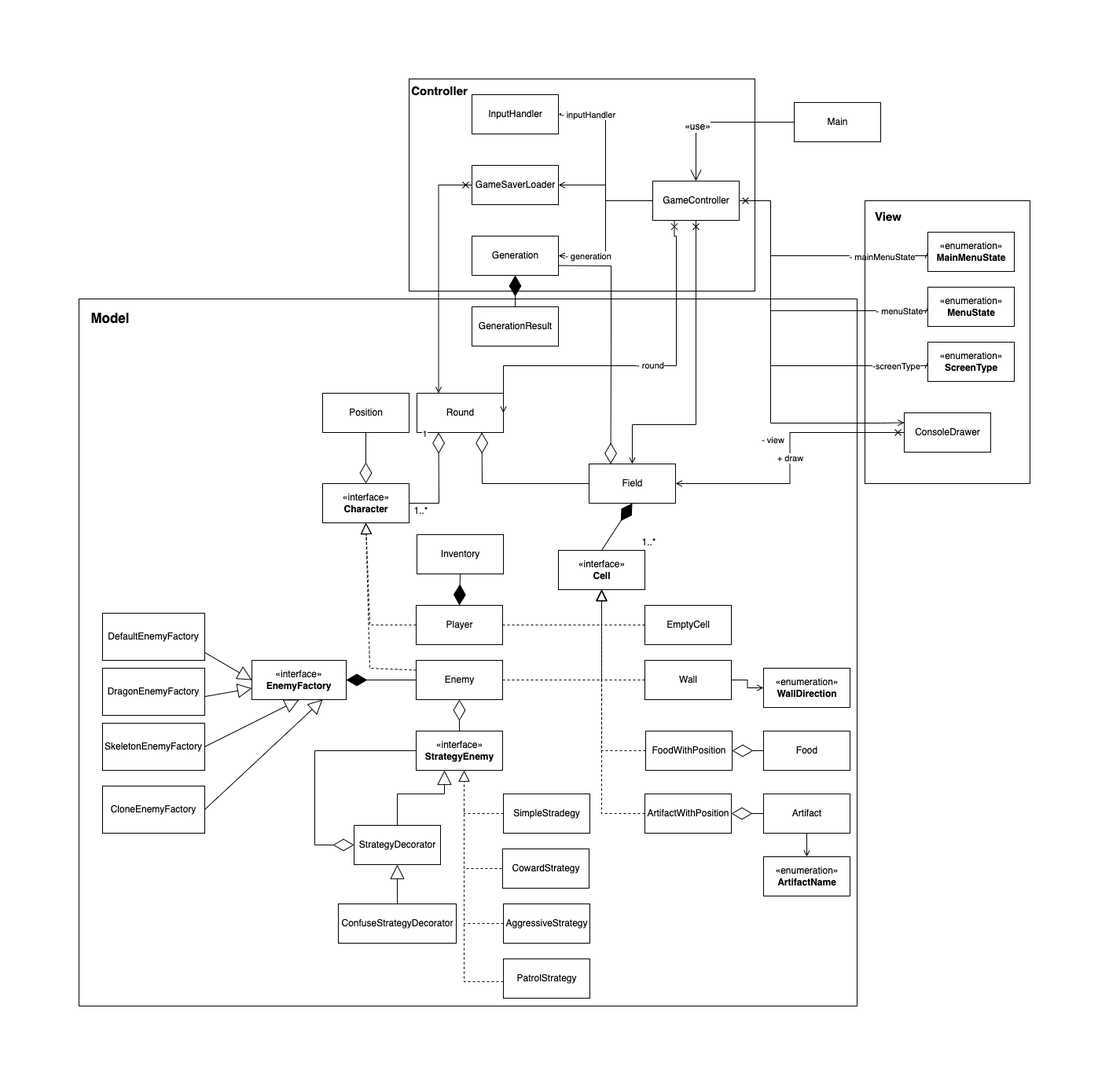
Earlier version of the draw.io export img/Logic.png (MariaChizhova/HSE-SD-Roguelike). Source tidied: cells renumbered, new cells last; positions are measured from the earlier drawing's top-left corner, leaving out a move shared by most shapes.
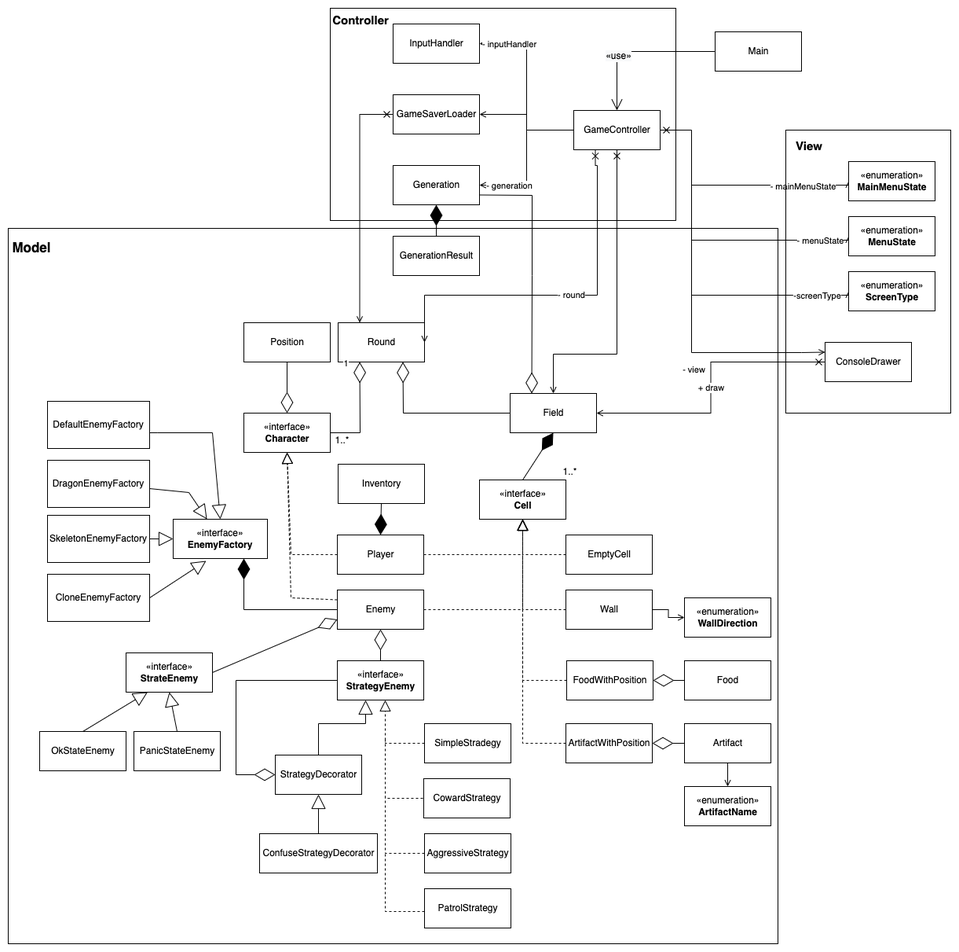
The same file after the commit.

The edit, as a diff of the source:
```diff
@@ -332,35 +332,41 @@
       </mxGeometry>
     </mxCell>
     <mxCell id="74" value="&lt;span style=&quot;color: rgb(0, 0, 0); font-family: helvetica; font-size: 12px; font-style: normal; font-weight: 400; letter-spacing: normal; text-align: center; text-indent: 0px; text-transform: none; word-spacing: 0px; display: inline; float: none;&quot;&gt;«interface»&lt;/span&gt;&lt;br style=&quot;color: rgb(0, 0, 0); font-family: helvetica; font-size: 12px; font-style: normal; font-weight: 400; letter-spacing: normal; text-align: center; text-indent: 0px; text-transform: none; word-spacing: 0px;&quot;&gt;&lt;font face=&quot;helvetica&quot;&gt;&lt;b&gt;EnemyFactory&lt;/b&gt;&lt;/font&gt;" style="rounded=0;whiteSpace=wrap;html=1;" parent="1" vertex="1">
-      <mxGeometry x="220" y="740" width="120" height="50" as="geometry" />
+      <mxGeometry x="220" y="650" width="120" height="50" as="geometry" />
     </mxCell>
     <mxCell id="75" value="DefaultEnemyFactory" style="rounded=0;whiteSpace=wrap;html=1;" parent="1" vertex="1">
-      <mxGeometry x="30" y="680" width="130" height="60" as="geometry" />
+      <mxGeometry x="60" y="500" width="130" height="60" as="geometry" />
     </mxCell>
     <mxCell id="76" value="DragonEnemyFactory" style="rounded=0;whiteSpace=wrap;html=1;" parent="1" vertex="1">
-      <mxGeometry x="30" y="750" width="130" height="60" as="geometry" />
+      <mxGeometry x="60" y="575" width="130" height="60" as="geometry" />
     </mxCell>
     <mxCell id="77" value="SkeletonEnemyFactory" style="rounded=0;whiteSpace=wrap;html=1;" parent="1" vertex="1">
-      <mxGeometry x="30" y="820" width="130" height="60" as="geometry" />
+      <mxGeometry x="60" y="645" width="130" height="60" as="geometry" />
     </mxCell>
     <mxCell id="78" value="CloneEnemyFactory" style="rounded=0;whiteSpace=wrap;html=1;" parent="1" vertex="1">
-      <mxGeometry x="30" y="900" width="130" height="60" as="geometry" />
+      <mxGeometry x="60" y="720" width="130" height="60" as="geometry" />
     </mxCell>
-    <mxCell id="79" style="endArrow=block;endSize=16;endFill=0;html=1;rounded=0;fontFamily=Helvetica;entryX=0;entryY=0.5;entryDx=0;entryDy=0;" parent="1" edge="1" target="74">
+    <mxCell id="79" style="endArrow=block;endSize=16;endFill=0;html=1;rounded=0;fontFamily=Helvetica;entryX=0.5;entryY=0;entryDx=0;entryDy=0;" parent="1" edge="1" target="74">
       <mxGeometry relative="1" as="geometry">
-        <mxPoint x="160" y="730" as="sourcePoint" />
+        <mxPoint x="200" y="540" as="sourcePoint" />
         <Array as="points">
-          <mxPoint x="160" y="730" />
+          <mxPoint x="190" y="540" />
+          <mxPoint x="200" y="540" />
+          <mxPoint x="270" y="540" />
         </Array>
       </mxGeometry>
     </mxCell>
     <mxCell id="80" style="endArrow=block;endSize=16;endFill=0;html=1;rounded=0;fontFamily=Helvetica;exitX=1.003;exitY=0.601;exitDx=0;exitDy=0;exitPerimeter=0;" parent="1" edge="1" source="76" target="74">
-      <mxGeometry relative="1" as="geometry" />
+      <mxGeometry relative="1" as="geometry">
+        <Array as="points">
+          <mxPoint x="240" y="616" />
+        </Array>
+      </mxGeometry>
     </mxCell>
-    <mxCell id="81" style="endArrow=block;endSize=16;endFill=0;html=1;rounded=0;fontFamily=Helvetica;entryX=0.5;entryY=1;entryDx=0;entryDy=0;exitX=1;exitY=0.5;exitDx=0;exitDy=0;" parent="1" edge="1" source="77" target="74">
+    <mxCell id="81" style="endArrow=block;endSize=16;endFill=0;html=1;rounded=0;fontFamily=Helvetica;entryX=0;entryY=0.5;entryDx=0;entryDy=0;exitX=1;exitY=0.5;exitDx=0;exitDy=0;" parent="1" edge="1" source="77" target="74">
       <mxGeometry relative="1" as="geometry" />
     </mxCell>
-    <mxCell id="82" style="endArrow=block;endSize=16;endFill=0;html=1;rounded=0;fontFamily=Helvetica;entryX=0.75;entryY=1;entryDx=0;entryDy=0;exitX=1;exitY=0.5;exitDx=0;exitDy=0;" parent="1" edge="1" source="78" target="74">
+    <mxCell id="82" style="endArrow=block;endSize=16;endFill=0;html=1;rounded=0;fontFamily=Helvetica;entryX=0.35;entryY=1.06;entryDx=0;entryDy=0;exitX=1;exitY=0.5;exitDx=0;exitDy=0;entryPerimeter=0;" parent="1" edge="1" source="78" target="74">
       <mxGeometry relative="1" as="geometry" />
     </mxCell>
     <mxCell id="83" value="&lt;pre style=&quot;color: rgb(8, 8, 8);&quot;&gt;&lt;span style=&quot;color: rgb(0, 0, 0);&quot;&gt;&lt;font style=&quot;&quot; face=&quot;Helvetica&quot;&gt;PatrolStrategy&lt;/font&gt;&lt;/span&gt;&lt;/pre&gt;" style="html=1;" parent="1" vertex="1">
@@ -405,8 +411,12 @@
     <mxCell id="91" style="endArrow=diamondThin;endFill=0;endSize=24;html=1;rounded=0;entryX=0.5;entryY=1;entryDx=0;entryDy=0;exitX=0.5;exitY=0;exitDx=0;exitDy=0;" parent="1" edge="1" source="14" target="9">
       <mxGeometry relative="1" as="geometry" />
     </mxCell>
-    <mxCell id="92" style="endArrow=diamondThin;endFill=1;endSize=24;html=1;rounded=0;entryX=1;entryY=0.5;entryDx=0;entryDy=0;exitX=0;exitY=0.5;exitDx=0;exitDy=0;" parent="1" edge="1" source="9" target="74">
-      <mxGeometry relative="1" as="geometry" />
+    <mxCell id="92" style="endArrow=diamondThin;endFill=1;endSize=24;html=1;rounded=0;entryX=0.75;entryY=1;entryDx=0;entryDy=0;exitX=0;exitY=0.5;exitDx=0;exitDy=0;" parent="1" edge="1" source="9" target="74">
+      <mxGeometry relative="1" as="geometry">
+        <Array as="points">
+          <mxPoint x="310" y="765" />
+        </Array>
+      </mxGeometry>
     </mxCell>
     <mxCell id="93" style="endArrow=diamondThin;endFill=0;endSize=24;html=1;rounded=0;entryX=1;entryY=0.5;entryDx=0;entryDy=0;exitX=0;exitY=0.5;exitDx=0;exitDy=0;" parent="1" edge="1" source="35" target="37">
       <mxGeometry relative="1" as="geometry" />
@@ -420,9 +430,6 @@
     <mxCell id="96" style="rounded=0;whiteSpace=wrap;html=1;labelBackgroundColor=none;fillColor=none;" parent="1" vertex="1">
       <mxGeometry x="1000" y="155" width="210" height="360" as="geometry" />
     </mxCell>
-    <mxCell id="97" style="rounded=0;whiteSpace=wrap;html=1;labelBackgroundColor=none;fillColor=none;" parent="1" vertex="1">
-      <mxGeometry y="280" width="990" height="900" as="geometry" />
-    </mxCell>
     <mxCell id="98" value="&lt;b&gt;&lt;font style=&quot;font-size: 15px;&quot;&gt;Controller&lt;/font&gt;&lt;/b&gt;" style="text;html=1;strokeColor=none;fillColor=none;align=center;verticalAlign=middle;whiteSpace=wrap;rounded=0;labelBackgroundColor=none;" parent="1" vertex="1">
       <mxGeometry x="429" width="60" height="30" as="geometry" />
     </mxCell>
@@ -432,5 +439,26 @@
     <mxCell id="100" value="&lt;b&gt;View&lt;/b&gt;" style="text;html=1;strokeColor=none;fillColor=none;align=center;verticalAlign=middle;whiteSpace=wrap;rounded=0;labelBackgroundColor=none;fontSize=15;" parent="1" vertex="1">
       <mxGeometry x="1000" y="160" width="60" height="30" as="geometry" />
     </mxCell>
+    <mxCell id="101" value="«interface»&lt;br&gt;&lt;b&gt;StrateEnemy&lt;/b&gt;" style="html=1;" parent="1" vertex="1">
+      <mxGeometry x="160" y="820" width="110" height="50" as="geometry" />
+    </mxCell>
+    <mxCell id="102" value="PanicStateEnemy" style="html=1;" parent="1" vertex="1">
+      <mxGeometry x="170" y="920" width="110" height="50" as="geometry" />
+    </mxCell>
+    <mxCell id="103" style="endArrow=block;endSize=16;endFill=0;html=1;rounded=0;fontFamily=Helvetica;entryX=0.5;entryY=1;entryDx=0;entryDy=0;exitX=0.5;exitY=0;exitDx=0;exitDy=0;" parent="1" edge="1" source="102" target="101">
+      <mxGeometry relative="1" as="geometry" />
+    </mxCell>
+    <mxCell id="104" value="OkStateEnemy" style="html=1;" parent="1" vertex="1">
+      <mxGeometry x="50" y="920" width="110" height="50" as="geometry" />
+    </mxCell>
+    <mxCell id="105" style="endArrow=block;endSize=16;endFill=0;html=1;rounded=0;fontFamily=Helvetica;entryX=0.25;entryY=1;entryDx=0;entryDy=0;exitX=0.5;exitY=0;exitDx=0;exitDy=0;" parent="1" edge="1" source="104" target="101">
+      <mxGeometry relative="1" as="geometry" />
+    </mxCell>
+    <mxCell id="106" style="endArrow=diamondThin;endFill=0;endSize=24;html=1;rounded=0;entryX=0;entryY=0.75;entryDx=0;entryDy=0;exitX=1;exitY=0.5;exitDx=0;exitDy=0;" parent="1" edge="1" source="101" target="9">
+      <mxGeometry relative="1" as="geometry" />
+    </mxCell>
+    <mxCell id="107" style="rounded=0;whiteSpace=wrap;html=1;fillColor=none;" parent="1" vertex="1">
+      <mxGeometry x="10" y="280" width="980" height="910" as="geometry" />
+    </mxCell>
   </root>
 </mxGraphModel>
```
